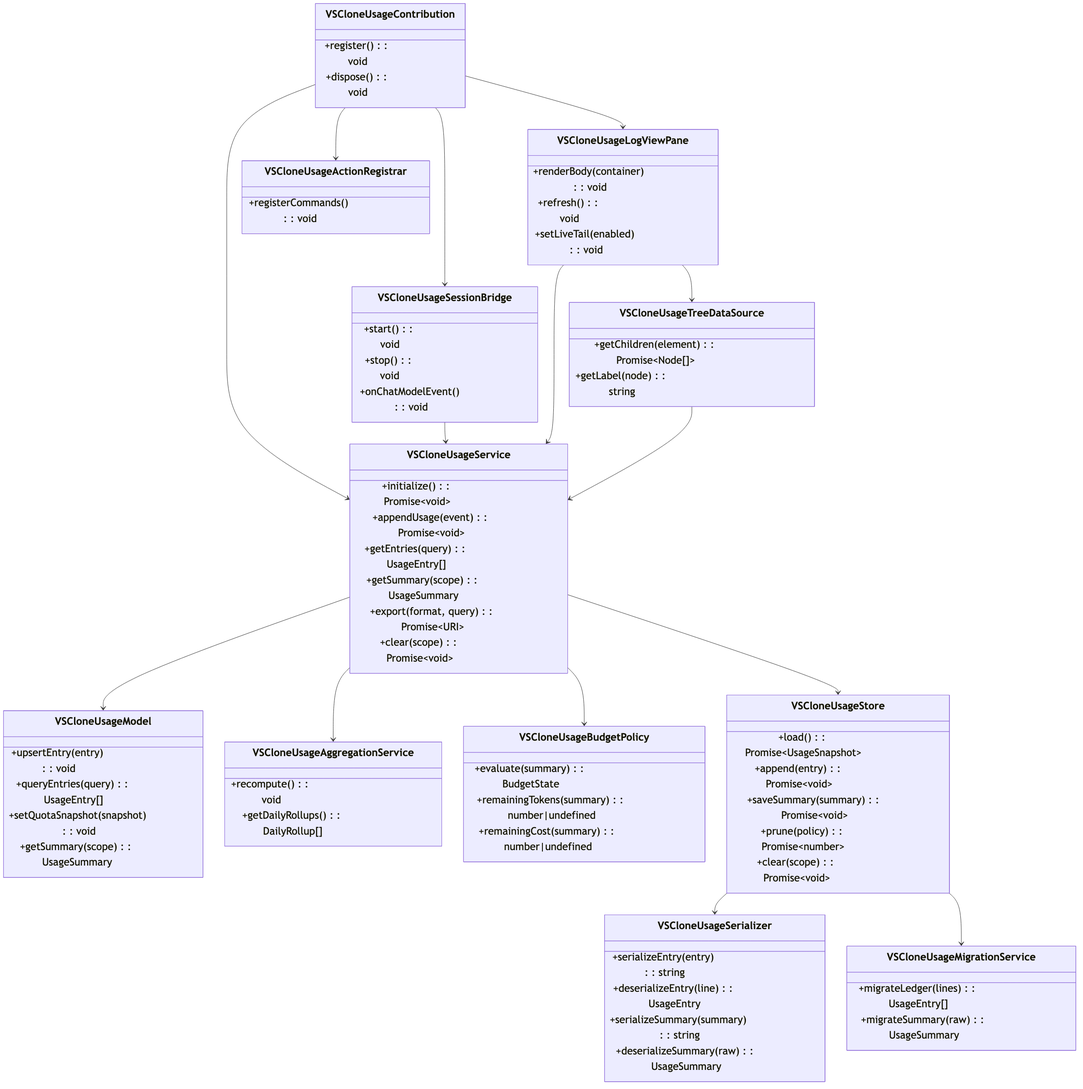
BrandonHowe/cs485-llm-ide keeps this Mermaid diagram as cs485/diagrams/userstory2/class-diagram-1.png. Above is the earlier version. Its source is kept beside it as cs485/diagrams/userstory2/class-diagram-1.mmd.
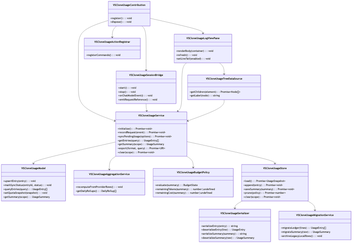
After the change.

The edit, as a diff of the source:
```diff
@@ -8,11 +8,13 @@
   +start(): void
   +stop(): void
   +onChatModelEvent(): void
+  +emitRequestReference(): void
 }
 
 class VSCloneUsageService {
   +initialize(): Promise~void~
-  +appendUsage(event): Promise~void~
+  +recordRequest(event): Promise~void~
+  +syncPendingUsage(options): Promise~void~
   +getEntries(query): UsageEntry[]
   +getSummary(scope): UsageSummary
   +export(format, query): Promise~URI~
@@ -21,13 +23,14 @@
 
 class VSCloneUsageModel {
   +upsertEntry(entry): void
+  +markSyncStatus(entryId, status): void
   +queryEntries(query): UsageEntry[]
   +setQuotaSnapshot(snapshot): void
   +getSummary(scope): UsageSummary
 }
 
 class VSCloneUsageAggregationService {
-  +recompute(): void
+  +recomputeFromProviderRows(): void
   +getDailyRollups(): DailyRollup[]
 }
 
@@ -55,6 +58,7 @@
 class VSCloneUsageMigrationService {
   +migrateLedger(lines): UsageEntry[]
   +migrateSummary(raw): UsageSummary
+  +archiveLegacyLocalRows(): void
 }
 
 class VSCloneUsageLogViewPane {
```
